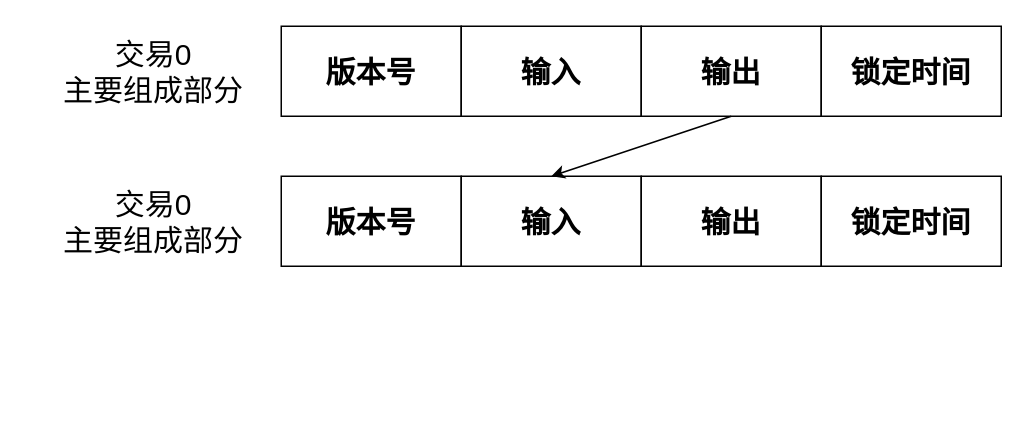
The draw.io diagram 交易结构.drawio in liugangjian/BTCWallet, before the edit. Source tidied: cells renumbered, new cells numbered last; positions are measured from the earlier drawing's top-left corner, leaving out a move shared by most shapes. Both pictures are drawn from the tidied source at 150%, with x=0, y=0 at pixel (26, 26).
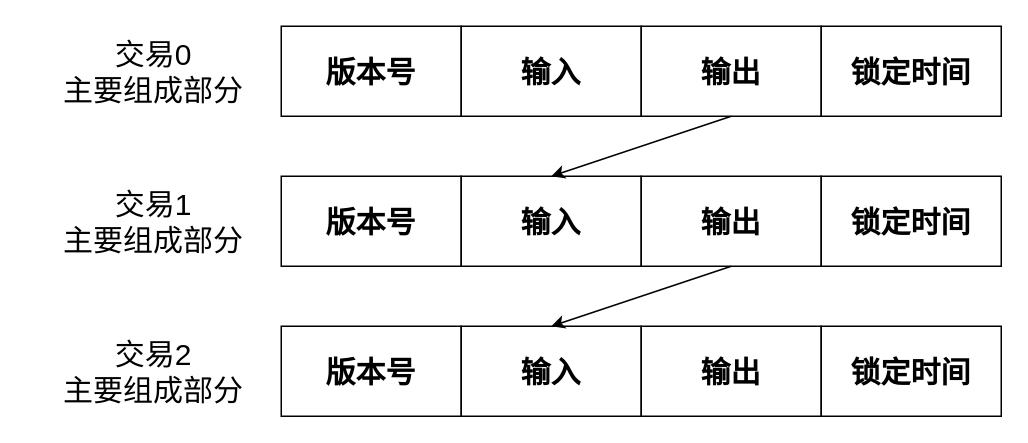
The same diagram, later.

Unchanged cells that the change refers to:
```xml
<mxCell id="8" style="group;" parent="1" vertex="1">
  <mxGeometry y="100" width="650" height="60" as="geometry" />
</mxCell>
<mxCell id="11" value="&lt;font style=&quot;font-size: 20px&quot;&gt;&lt;b&gt;输出&lt;/b&gt;&lt;/font&gt;" style="rounded=0;whiteSpace=wrap;html=1;" parent="8" vertex="1">
  <mxGeometry x="410" width="120" height="60" as="geometry" />
</mxCell>
```

The edit, as a diff of the source:
```diff
@@
-    <mxCell id="13" value="&lt;font style=&quot;font-size: 20px&quot;&gt;交易0 &lt;br&gt;主要组成部分&lt;/font&gt;" style="text;html=1;strokeColor=none;fillColor=none;align=center;verticalAlign=middle;whiteSpace=wrap;rounded=0;" parent="8" vertex="1">
+    <mxCell id="13" value="&lt;font style=&quot;font-size: 20px&quot;&gt;交易1&lt;br&gt;主要组成部分&lt;/font&gt;" style="text;html=1;strokeColor=none;fillColor=none;align=center;verticalAlign=middle;whiteSpace=wrap;rounded=0;" parent="8" vertex="1">
       <mxGeometry width="170" height="60" as="geometry" />
     </mxCell>
@@
+    <mxCell id="15" style="group;" parent="1" vertex="1">
+      <mxGeometry y="200" width="650" height="60" as="geometry" />
+    </mxCell>
+    <mxCell id="16" value="&lt;font style=&quot;font-size: 20px&quot;&gt;&lt;b&gt;版本号&lt;/b&gt;&lt;/font&gt;" style="rounded=0;whiteSpace=wrap;html=1;" parent="15" vertex="1">
+      <mxGeometry x="170" width="120" height="60" as="geometry" />
+    </mxCell>
+    <mxCell id="17" value="&lt;font style=&quot;font-size: 20px&quot;&gt;&lt;b&gt;输入&lt;/b&gt;&lt;/font&gt;" style="rounded=0;whiteSpace=wrap;html=1;" parent="15" vertex="1">
+      <mxGeometry x="290" width="120" height="60" as="geometry" />
+    </mxCell>
+    <mxCell id="18" value="&lt;font style=&quot;font-size: 20px&quot;&gt;&lt;b&gt;输出&lt;/b&gt;&lt;/font&gt;" style="rounded=0;whiteSpace=wrap;html=1;" parent="15" vertex="1">
+      <mxGeometry x="410" width="120" height="60" as="geometry" />
+    </mxCell>
+    <mxCell id="19" value="&lt;font style=&quot;font-size: 20px&quot;&gt;&lt;b&gt;锁定时间&lt;/b&gt;&lt;/font&gt;" style="rounded=0;whiteSpace=wrap;html=1;" parent="15" vertex="1">
+      <mxGeometry x="530" width="120" height="60" as="geometry" />
+    </mxCell>
+    <mxCell id="20" value="&lt;font style=&quot;font-size: 20px&quot;&gt;交易2&lt;br&gt;主要组成部分&lt;/font&gt;" style="text;html=1;strokeColor=none;fillColor=none;align=center;verticalAlign=middle;whiteSpace=wrap;rounded=0;" parent="15" vertex="1">
+      <mxGeometry width="170" height="60" as="geometry" />
+    </mxCell>
+    <mxCell id="21" style="edgeStyle=none;rounded=0;jettySize=auto;html=1;exitX=0.5;exitY=1;exitDx=0;exitDy=0;entryX=0.5;entryY=0;entryDx=0;entryDy=0;" parent="1" edge="1" source="11" target="17">
+      <mxGeometry relative="1" as="geometry" />
+    </mxCell>
```
